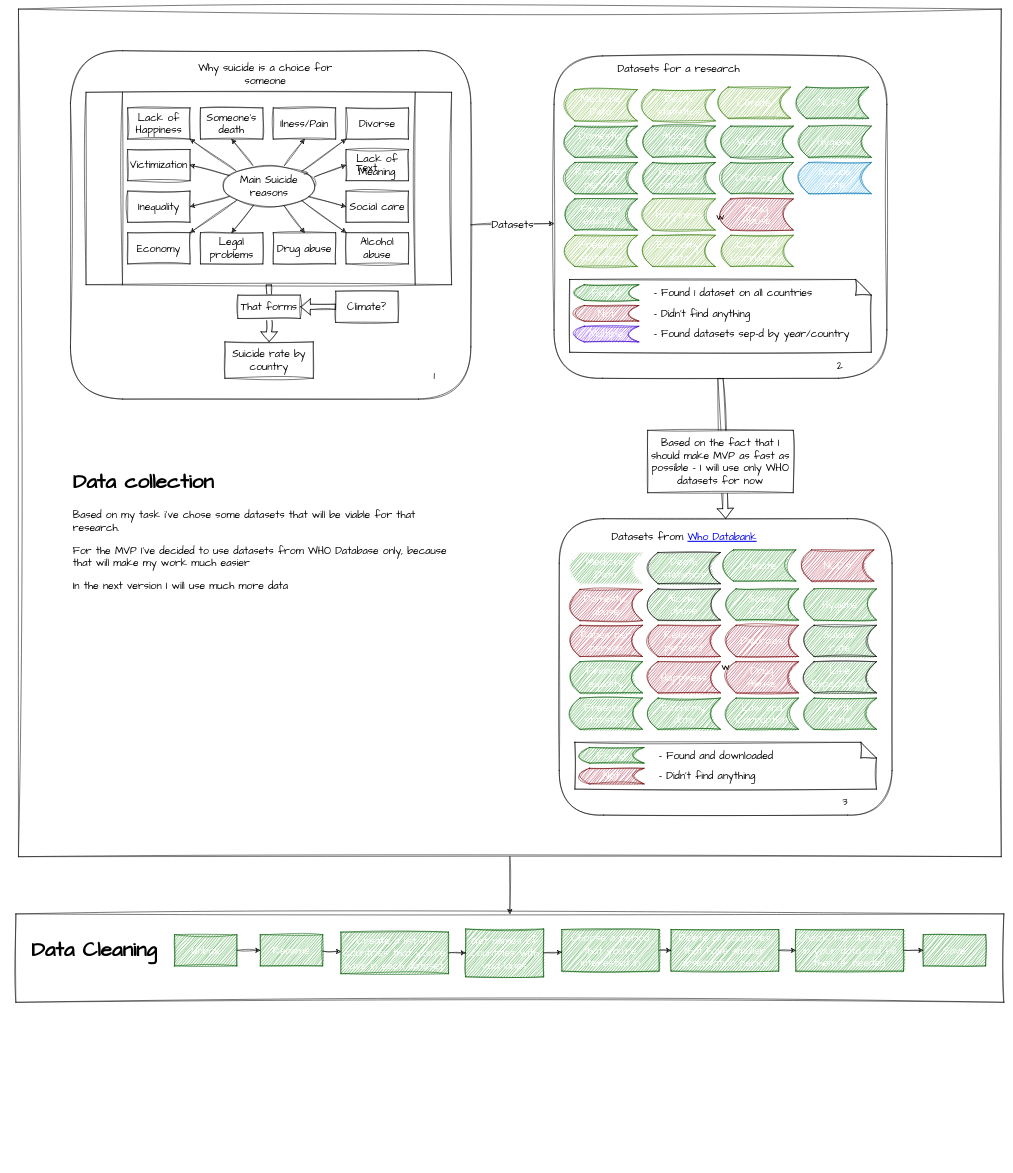
The draw.io diagram Schemas/Roadmap.drawio in BaakhOfficial/Suicide-Rate-Analysis, before the edit. Source tidied: cells renumbered, new cells numbered last; positions are measured from the earlier drawing's top-left corner, leaving out a move shared by most shapes. Both pictures are drawn from the tidied source at 52%, with x=0, y=0 at pixel (16, 9).
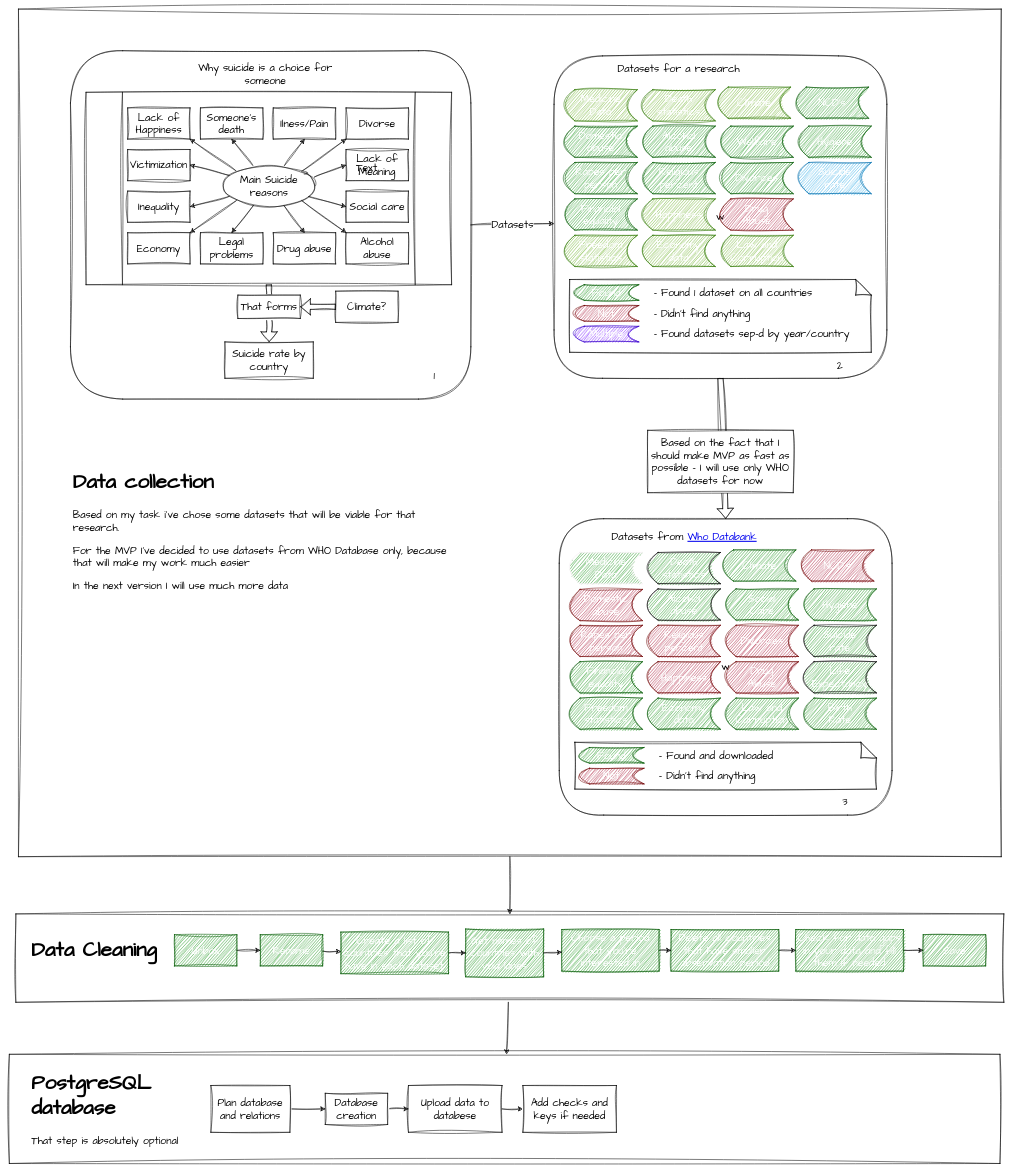
Above is the later version.

Commit message (it also covers changes not shown here):
PostgreSQL database creation

The edit, as a diff of the source:
```diff
@@
+    <mxCell id="118" style="edgeStyle=none;sketch=1;hachureGap=4;jiggle=2;curveFitting=1;html=1;fontFamily=Architects Daughter;fontSize=16;" parent="1" edge="1" source="2" target="119">
+      <mxGeometry relative="1" as="geometry" />
+    </mxCell>
-    <mxCell id="2" style="whiteSpace=wrap;html=1;fontSize=20;fontFamily=Architects Daughter;fillColor=none;rounded=0;sketch=1;hachureGap=4;jiggle=2;curveFitting=1;" parent="1" vertex="1">
+    <mxCell id="2" style="whiteSpace=wrap;html=1;fontSize=20;fontFamily=Architects Daughter;fillColor=default;rounded=0;sketch=1;hachureGap=4;jiggle=2;curveFitting=1;" parent="1" vertex="1">
       <mxGeometry y="1740" width="1900" height="170" as="geometry" />
     </mxCell>
+    <mxCell id="4" style="rounded=0;whiteSpace=wrap;html=1;sketch=1;hachureGap=4;jiggle=2;curveFitting=1;fontFamily=Architects Daughter;fontSize=20;fillColor=default;" parent="1" vertex="1">
+      <mxGeometry x="5" width="1890" height="1630" as="geometry" />
+    </mxCell>
@@
-    <mxCell id="4" style="rounded=0;whiteSpace=wrap;html=1;sketch=1;hachureGap=4;jiggle=2;curveFitting=1;fontFamily=Architects Daughter;fontSize=20;fillColor=none;" parent="1" vertex="1">
-      <mxGeometry x="5" width="1890" height="1630" as="geometry" />
-    </mxCell>
@@
+    <mxCell id="119" style="rounded=0;whiteSpace=wrap;html=1;sketch=1;hachureGap=4;jiggle=2;curveFitting=1;fontFamily=Architects Daughter;fontSize=20;" parent="1" vertex="1">
+      <mxGeometry x="-12.5" y="2010" width="1905" height="210" as="geometry" />
+    </mxCell>
+    <mxCell id="120" value="&lt;h1&gt;PostgreSQL database&lt;/h1&gt;&lt;div&gt;That step is absolutely optional&lt;/div&gt;" style="text;html=1;strokeColor=none;fillColor=none;spacing=5;spacingTop=-20;whiteSpace=wrap;overflow=hidden;rounded=0;sketch=1;hachureGap=4;jiggle=2;curveFitting=1;fontFamily=Architects Daughter;fontSize=20;" parent="1" vertex="1">
+      <mxGeometry x="25" y="2025" width="310" height="180" as="geometry" />
+    </mxCell>
+    <mxCell id="121" style="edgeStyle=none;sketch=1;hachureGap=4;jiggle=2;curveFitting=1;html=1;fontFamily=Architects Daughter;fontSize=16;" parent="1" edge="1" source="122" target="124">
+      <mxGeometry relative="1" as="geometry" />
+    </mxCell>
+    <mxCell id="122" value="Plan database and relations" style="rounded=0;whiteSpace=wrap;html=1;sketch=1;hachureGap=4;jiggle=2;curveFitting=1;fontFamily=Architects Daughter;fontSize=20;" parent="1" vertex="1">
+      <mxGeometry x="375" y="2070" width="152" height="90" as="geometry" />
+    </mxCell>
+    <mxCell id="123" style="edgeStyle=none;sketch=1;hachureGap=4;jiggle=2;curveFitting=1;html=1;fontFamily=Architects Daughter;fontSize=16;" parent="1" edge="1" source="124" target="126">
+      <mxGeometry relative="1" as="geometry" />
+    </mxCell>
+    <mxCell id="124" value="Database creation" style="rounded=0;whiteSpace=wrap;html=1;sketch=1;hachureGap=4;jiggle=2;curveFitting=1;fontFamily=Architects Daughter;fontSize=20;" parent="1" vertex="1">
+      <mxGeometry x="595" y="2085" width="120" height="60" as="geometry" />
+    </mxCell>
+    <mxCell id="125" style="edgeStyle=none;sketch=1;hachureGap=4;jiggle=2;curveFitting=1;html=1;fontFamily=Architects Daughter;fontSize=16;" parent="1" edge="1" source="126" target="127">
+      <mxGeometry relative="1" as="geometry" />
+    </mxCell>
+    <mxCell id="126" value="Upload data to databese" style="rounded=0;whiteSpace=wrap;html=1;sketch=1;hachureGap=4;jiggle=2;curveFitting=1;fontFamily=Architects Daughter;fontSize=20;" parent="1" vertex="1">
+      <mxGeometry x="755" y="2070" width="180" height="90" as="geometry" />
+    </mxCell>
+    <mxCell id="127" value="Add checks and keys if needed" style="rounded=0;whiteSpace=wrap;html=1;sketch=1;hachureGap=4;jiggle=2;curveFitting=1;fontFamily=Architects Daughter;fontSize=20;" parent="1" vertex="1">
+      <mxGeometry x="975" y="2070" width="180" height="90" as="geometry" />
+    </mxCell>
```
